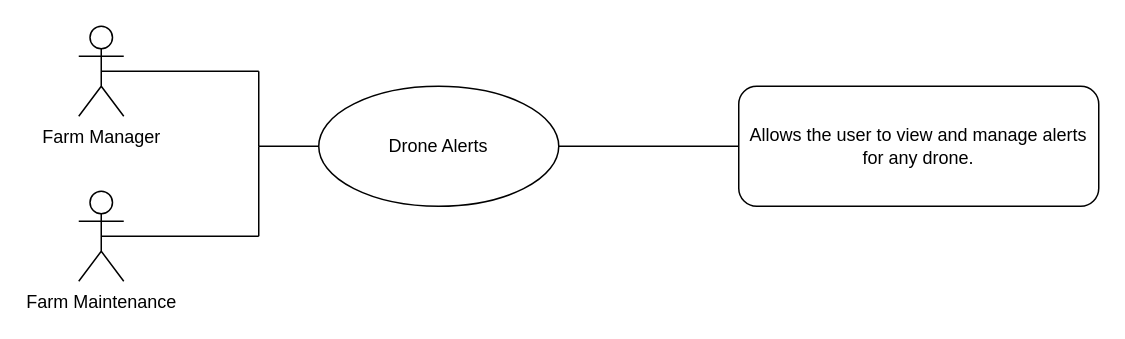
Above: docs/requirements_docs/use_case_diagrams/xml_files/07_drone_alerts.drawio in Brandyn1234/dashboard-project (draw.io), before the change. Source tidied: cells renumbered, new cells numbered last; positions are measured from the earlier drawing's top-left corner, leaving out a move shared by most shapes. Both pictures are drawn from the tidied source at 150%, with x=0, y=0 at pixel (78, 26).
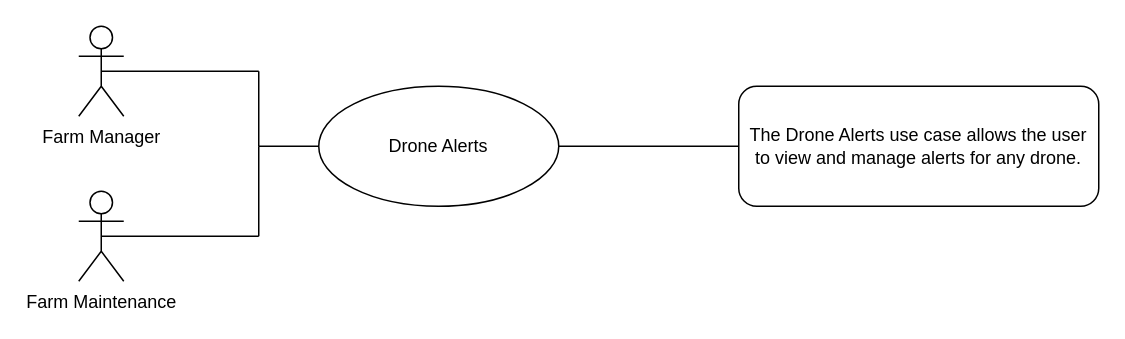
The same page after the edit.

Change to the diagram source:
```diff
@@
 <mxGraphModel>
   <root>
     <mxCell id="0" />
     <mxCell id="1" parent="0" />
-    <mxCell id="2" value="Allows the user to view and manage alerts for any drone." style="rounded=1;whiteSpace=wrap;html=1;roundedPerimeter=1;align=center;" parent="1" vertex="1">
+    <mxCell id="2" value="The Drone Alerts use case allows the user to view and manage alerts for any drone." style="rounded=1;whiteSpace=wrap;html=1;roundedPerimeter=1;align=center;" parent="1" vertex="1">
       <mxGeometry x="440" y="40" width="240" height="80" as="geometry" />
     </mxCell>
     <mxCell id="3" value="Drone Alerts" style="ellipse;whiteSpace=wrap;html=1;shapeInside=1;align=center;" parent="1" vertex="1">
       <mxGeometry x="160" y="40" width="160" height="80" as="geometry" />
     </mxCell>
     <mxCell id="4" value="Farm Manager" style="shape=umlActor;verticalLabelPosition=bottom;verticalAlign=top;html=1;outlineConnect=0;" parent="1" vertex="1">
       <mxGeometry width="30" height="60" as="geometry" />
     </mxCell>
     <mxCell id="5" style="endArrow=none;html=1;rounded=0;" parent="1" edge="1">
       <mxGeometry relative="1" as="geometry">
         <mxPoint x="120" y="30" as="sourcePoint" />
         <mxPoint x="120" y="80" as="targetPoint" />
       </mxGeometry>
     </mxCell>
     <mxCell id="6" style="endArrow=none;html=1;rounded=0;exitX=1;exitY=0.5;exitDx=0;exitDy=0;entryX=0;entryY=0.5;entryDx=0;entryDy=0;" parent="1" edge="1" source="3" target="2">
       <mxGeometry relative="1" as="geometry" />
     </mxCell>
     <mxCell id="7" value="Farm Maintenance" style="shape=umlActor;verticalLabelPosition=bottom;verticalAlign=top;html=1;outlineConnect=0;" parent="1" vertex="1">
       <mxGeometry y="110" width="30" height="60" as="geometry" />
     </mxCell>
     <mxCell id="8" style="endArrow=none;html=1;rounded=0;" parent="1" edge="1">
       <mxGeometry relative="1" as="geometry">
         <mxPoint x="120" y="80" as="sourcePoint" />
         <mxPoint x="120" y="140" as="targetPoint" />
       </mxGeometry>
     </mxCell>
     <mxCell id="9" style="endArrow=none;html=1;rounded=0;exitX=0.5;exitY=0.5;exitDx=0;exitDy=0;exitPerimeter=0;" parent="1" edge="1" source="7">
       <mxGeometry relative="1" as="geometry">
         <mxPoint x="120" y="140" as="targetPoint" />
       </mxGeometry>
     </mxCell>
     <mxCell id="10" style="endArrow=none;html=1;rounded=0;exitX=0.5;exitY=0.5;exitDx=0;exitDy=0;exitPerimeter=0;" parent="1" edge="1" source="4">
       <mxGeometry relative="1" as="geometry">
         <mxPoint x="120" y="30" as="targetPoint" />
       </mxGeometry>
     </mxCell>
     <mxCell id="11" style="endArrow=none;html=1;rounded=0;exitX=0;exitY=0.5;exitDx=0;exitDy=0;" parent="1" edge="1" source="3">
       <mxGeometry relative="1" as="geometry">
         <mxPoint x="120" y="80" as="targetPoint" />
       </mxGeometry>
     </mxCell>
   </root>
 </mxGraphModel>
```
